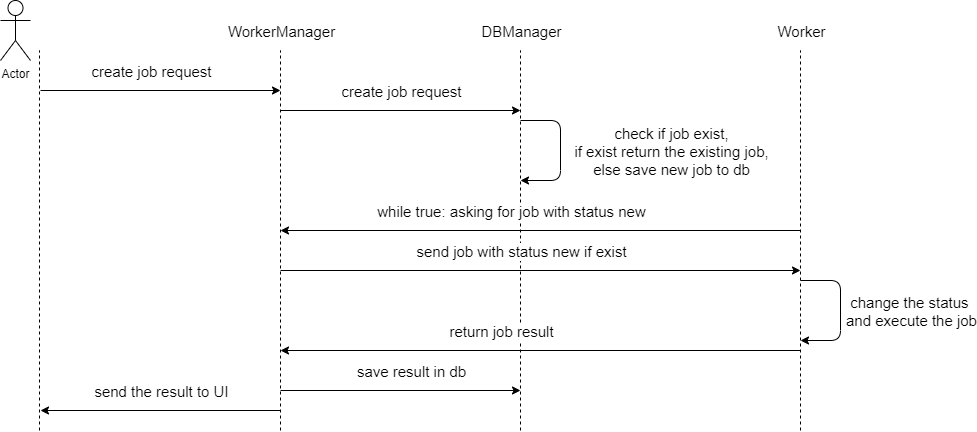
The draw.io diagram Documentation/newJobFlow.png in PerachBD/WebCrawler, before a commit. Source tidied: cells renumbered, new cells last; positions are measured from the earlier drawing's top-left corner, leaving out a move shared by most shapes.
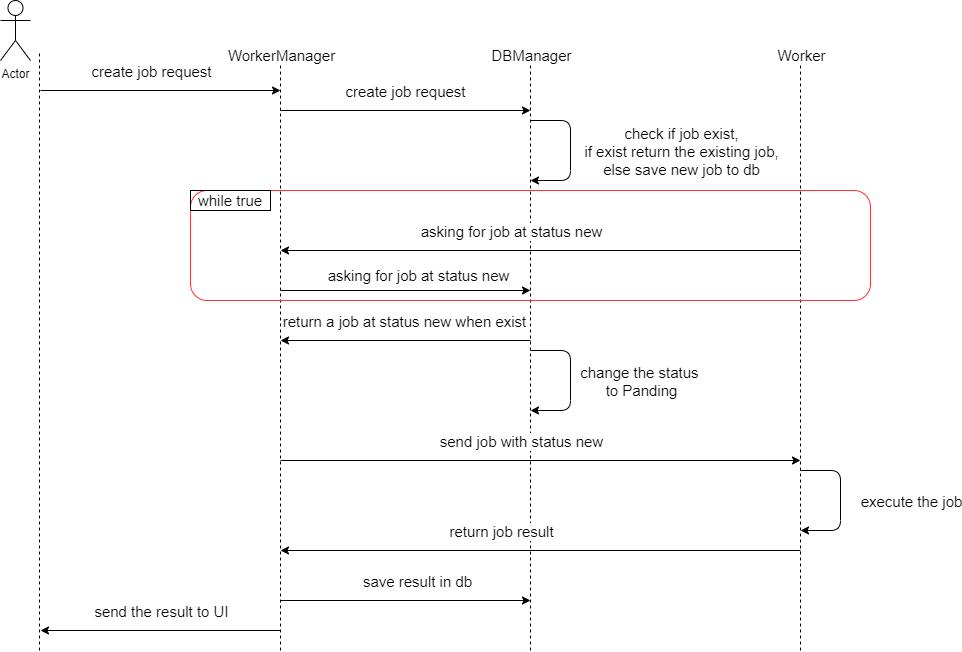
The same diagram one commit later.

Diff of the diagram source:
```diff
@@ -4,7 +4,7 @@
     <mxCell id="1" parent="0" />
     <mxCell id="2" style="endArrow=none;dashed=1;html=1;" parent="1" edge="1">
       <mxGeometry relative="1" as="geometry">
-        <mxPoint x="39" y="430" as="sourcePoint" />
+        <mxPoint x="39" y="650" as="sourcePoint" />
         <mxPoint x="39" y="50" as="targetPoint" />
       </mxGeometry>
     </mxCell>
@@ -13,13 +13,13 @@
     </mxCell>
     <mxCell id="4" style="endArrow=none;dashed=1;html=1;" parent="1" edge="1">
       <mxGeometry relative="1" as="geometry">
-        <mxPoint x="280" y="430" as="sourcePoint" />
+        <mxPoint x="280" y="650" as="sourcePoint" />
         <mxPoint x="280" y="50" as="targetPoint" />
       </mxGeometry>
     </mxCell>
     <mxCell id="5" value="WorkerManager" style="edgeLabel;html=1;align=center;verticalAlign=middle;fontSize=15;" parent="4" vertex="1">
       <mxGeometry x="0.39" y="-1" relative="1" as="geometry">
-        <mxPoint x="-1" y="-136" as="offset" />
+        <mxPoint x="-1" y="-179" as="offset" />
       </mxGeometry>
     </mxCell>
     <mxCell id="6" style="endArrow=classic;html=1;" parent="1" edge="1">
@@ -35,19 +35,19 @@
     </mxCell>
     <mxCell id="8" style="endArrow=none;dashed=1;html=1;" parent="1" edge="1">
       <mxGeometry relative="1" as="geometry">
-        <mxPoint x="520" y="430" as="sourcePoint" />
-        <mxPoint x="520" y="50" as="targetPoint" />
+        <mxPoint x="530" y="650" as="sourcePoint" />
+        <mxPoint x="530" y="50" as="targetPoint" />
       </mxGeometry>
     </mxCell>
     <mxCell id="9" value="DBManager" style="edgeLabel;html=1;align=center;verticalAlign=middle;fontSize=15;" parent="8" vertex="1">
       <mxGeometry x="0.39" y="-1" relative="1" as="geometry">
-        <mxPoint x="-1" y="-136" as="offset" />
+        <mxPoint x="-1" y="-179" as="offset" />
       </mxGeometry>
     </mxCell>
     <mxCell id="10" style="endArrow=classic;html=1;" parent="1" edge="1">
       <mxGeometry relative="1" as="geometry">
         <mxPoint x="280" y="110" as="sourcePoint" />
-        <mxPoint x="520" y="110" as="targetPoint" />
+        <mxPoint x="530" y="110" as="targetPoint" />
       </mxGeometry>
     </mxCell>
     <mxCell id="11" value="create job request" style="edgeLabel;html=1;align=center;verticalAlign=middle;fontSize=15;" parent="10" vertex="1">
@@ -57,11 +57,11 @@
     </mxCell>
     <mxCell id="12" style="endArrow=classic;html=1;fontSize=15;" parent="1" edge="1">
       <mxGeometry relative="1" as="geometry">
-        <mxPoint x="520" y="120" as="sourcePoint" />
-        <mxPoint x="520" y="180" as="targetPoint" />
+        <mxPoint x="530" y="120" as="sourcePoint" />
+        <mxPoint x="530" y="180" as="targetPoint" />
         <Array as="points">
-          <mxPoint x="560" y="120" />
-          <mxPoint x="560" y="180" />
+          <mxPoint x="570" y="120" />
+          <mxPoint x="570" y="180" />
         </Array>
       </mxGeometry>
     </mxCell>
@@ -72,45 +72,45 @@
     </mxCell>
     <mxCell id="14" style="endArrow=none;dashed=1;html=1;" parent="1" edge="1">
       <mxGeometry relative="1" as="geometry">
-        <mxPoint x="800" y="430" as="sourcePoint" />
+        <mxPoint x="800" y="650" as="sourcePoint" />
         <mxPoint x="800" y="50" as="targetPoint" />
       </mxGeometry>
     </mxCell>
     <mxCell id="15" value="Worker" style="edgeLabel;html=1;align=center;verticalAlign=middle;fontSize=15;" parent="14" vertex="1">
       <mxGeometry x="0.39" y="-1" relative="1" as="geometry">
-        <mxPoint x="-1" y="-136" as="offset" />
+        <mxPoint x="-1" y="-179" as="offset" />
       </mxGeometry>
     </mxCell>
     <mxCell id="16" style="endArrow=classic;html=1;fontSize=15;" parent="1" edge="1">
       <mxGeometry relative="1" as="geometry">
-        <mxPoint x="280" y="270" as="sourcePoint" />
-        <mxPoint x="800" y="270" as="targetPoint" />
+        <mxPoint x="280" y="460" as="sourcePoint" />
+        <mxPoint x="800" y="460" as="targetPoint" />
       </mxGeometry>
     </mxCell>
-    <mxCell id="17" value="send job with status new if exist" style="edgeLabel;html=1;align=center;verticalAlign=middle;fontSize=15;" parent="16" vertex="1">
+    <mxCell id="17" value="send job with status new" style="edgeLabel;html=1;align=center;verticalAlign=middle;fontSize=15;" parent="16" vertex="1">
       <mxGeometry x="0.26" y="-2" relative="1" as="geometry">
         <mxPoint x="-88" y="-22" as="offset" />
       </mxGeometry>
     </mxCell>
     <mxCell id="18" style="endArrow=classic;html=1;fontSize=15;" parent="1" edge="1">
       <mxGeometry relative="1" as="geometry">
-        <mxPoint x="800" y="280" as="sourcePoint" />
-        <mxPoint x="800" y="340" as="targetPoint" />
+        <mxPoint x="530" y="350" as="sourcePoint" />
+        <mxPoint x="530" y="410" as="targetPoint" />
         <Array as="points">
-          <mxPoint x="840" y="280" />
-          <mxPoint x="840" y="340" />
+          <mxPoint x="570" y="350" />
+          <mxPoint x="570" y="410" />
         </Array>
       </mxGeometry>
     </mxCell>
-    <mxCell id="19" value="change the status &lt;br&gt;and execute the job" style="edgeLabel;html=1;align=center;verticalAlign=middle;fontSize=15;" parent="18" vertex="1">
+    <mxCell id="19" value="change the status &lt;br&gt;to Panding" style="edgeLabel;html=1;align=center;verticalAlign=middle;fontSize=15;" parent="18" vertex="1">
       <mxGeometry x="0.14" y="1" relative="1" as="geometry">
         <mxPoint x="69" y="-10" as="offset" />
       </mxGeometry>
     </mxCell>
     <mxCell id="20" style="endArrow=classic;html=1;fontSize=15;" parent="1" edge="1">
       <mxGeometry relative="1" as="geometry">
-        <mxPoint x="800" y="350" as="sourcePoint" />
-        <mxPoint x="280" y="350" as="targetPoint" />
+        <mxPoint x="800" y="550" as="sourcePoint" />
+        <mxPoint x="280" y="550" as="targetPoint" />
       </mxGeometry>
     </mxCell>
     <mxCell id="21" value="return job result" style="edgeLabel;html=1;align=center;verticalAlign=middle;fontSize=15;" parent="20" vertex="1">
@@ -120,8 +120,8 @@
     </mxCell>
     <mxCell id="22" style="endArrow=classic;html=1;fontSize=15;" parent="1" edge="1">
       <mxGeometry relative="1" as="geometry">
-        <mxPoint x="280" y="390" as="sourcePoint" />
-        <mxPoint x="520" y="390" as="targetPoint" />
+        <mxPoint x="280" y="600" as="sourcePoint" />
+        <mxPoint x="530" y="600" as="targetPoint" />
       </mxGeometry>
     </mxCell>
     <mxCell id="23" value="save result in db" style="edgeLabel;html=1;align=center;verticalAlign=middle;fontSize=15;" parent="22" vertex="1">
@@ -131,8 +131,8 @@
     </mxCell>
     <mxCell id="24" style="endArrow=classic;html=1;fontSize=15;" parent="1" edge="1">
       <mxGeometry relative="1" as="geometry">
-        <mxPoint x="280" y="410" as="sourcePoint" />
-        <mxPoint x="40" y="410" as="targetPoint" />
+        <mxPoint x="280" y="630" as="sourcePoint" />
+        <mxPoint x="40" y="630" as="targetPoint" />
       </mxGeometry>
     </mxCell>
     <mxCell id="25" value="send the result to UI" style="edgeLabel;html=1;align=center;verticalAlign=middle;fontSize=15;" parent="24" vertex="1">
@@ -142,14 +142,57 @@
     </mxCell>
     <mxCell id="26" style="endArrow=classic;html=1;fontSize=15;" parent="1" edge="1">
       <mxGeometry relative="1" as="geometry">
-        <mxPoint x="800" y="230" as="sourcePoint" />
-        <mxPoint x="280" y="230" as="targetPoint" />
+        <mxPoint x="800" y="250" as="sourcePoint" />
+        <mxPoint x="280" y="250" as="targetPoint" />
       </mxGeometry>
     </mxCell>
-    <mxCell id="27" value="while true: asking for job with status new" style="edgeLabel;html=1;align=center;verticalAlign=middle;fontSize=15;" parent="26" vertex="1">
+    <mxCell id="27" value="asking for job at status new" style="edgeLabel;html=1;align=center;verticalAlign=middle;fontSize=15;" parent="26" vertex="1">
       <mxGeometry x="0.26" y="-2" relative="1" as="geometry">
         <mxPoint x="38" y="-18" as="offset" />
       </mxGeometry>
     </mxCell>
+    <mxCell id="28" style="endArrow=classic;html=1;fontSize=15;" parent="1" edge="1">
+      <mxGeometry relative="1" as="geometry">
+        <mxPoint x="280" y="290" as="sourcePoint" />
+        <mxPoint x="530" y="290" as="targetPoint" />
+      </mxGeometry>
+    </mxCell>
+    <mxCell id="29" value="asking for job at status new" style="edgeLabel;html=1;align=center;verticalAlign=middle;fontSize=15;" parent="28" vertex="1">
+      <mxGeometry x="0.26" y="-2" relative="1" as="geometry">
+        <mxPoint x="-21" y="-18" as="offset" />
+      </mxGeometry>
+    </mxCell>
+    <mxCell id="30" style="rounded=1;whiteSpace=wrap;html=1;fontSize=15;fillColor=none;strokeColor=#FF3333;" parent="1" vertex="1">
+      <mxGeometry x="190" y="190" width="680" height="110" as="geometry" />
+    </mxCell>
+    <mxCell id="31" value="while true" style="text;html=1;fillColor=none;align=center;verticalAlign=middle;whiteSpace=wrap;rounded=0;fontSize=15;strokeColor=#000000;" parent="1" vertex="1">
+      <mxGeometry x="190" y="190" width="80" height="20" as="geometry" />
+    </mxCell>
+    <mxCell id="32" style="endArrow=classic;html=1;fontSize=15;" parent="1" edge="1">
+      <mxGeometry relative="1" as="geometry">
+        <mxPoint x="530" y="340" as="sourcePoint" />
+        <mxPoint x="280" y="340" as="targetPoint" />
+      </mxGeometry>
+    </mxCell>
+    <mxCell id="33" value="return a job at status new when exist" style="edgeLabel;html=1;align=center;verticalAlign=middle;fontSize=15;" parent="32" vertex="1">
+      <mxGeometry x="0.26" y="-2" relative="1" as="geometry">
+        <mxPoint x="31" y="-18" as="offset" />
+      </mxGeometry>
+    </mxCell>
+    <mxCell id="34" style="endArrow=classic;html=1;fontSize=15;" parent="1" edge="1">
+      <mxGeometry relative="1" as="geometry">
+        <mxPoint x="800" y="470" as="sourcePoint" />
+        <mxPoint x="800" y="530" as="targetPoint" />
+        <Array as="points">
+          <mxPoint x="840" y="470" />
+          <mxPoint x="840" y="530" />
+        </Array>
+      </mxGeometry>
+    </mxCell>
+    <mxCell id="35" value="execute the job" style="edgeLabel;html=1;align=center;verticalAlign=middle;fontSize=15;" parent="34" vertex="1">
+      <mxGeometry x="0.14" y="1" relative="1" as="geometry">
+        <mxPoint x="69" y="-10" as="offset" />
+      </mxGeometry>
+    </mxCell>
   </root>
 </mxGraphModel>
```
